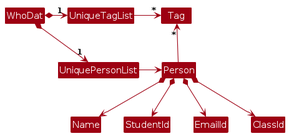
AY2425S2-CS2103T-T14-3/tp keeps this PlantUML diagram as diagrams/BetterModelClassDiagram.png. Above is the earlier version. Its source is kept beside it as diagrams/BetterModelClassDiagram.puml.
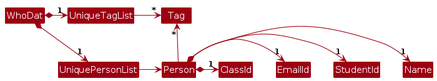
Later version of the same file.

Diff of the diagram source:
```diff
@@ -14,8 +14,8 @@
 
 Person -up-> "*" Tag
 
-Person *--> Name
-Person *--> StudentId
-Person *--> EmailId
-Person *--> ClassId
+Person *-right-> "1" Name
+Person *-right-> "1" StudentId
+Person *-right-> "1" EmailId
+Person *-right-> "1" ClassId
 @enduml
```
